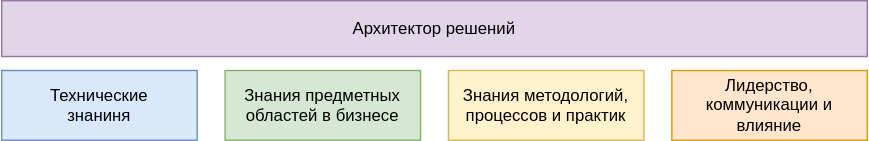
The draw.io diagram 1. Tech Skills/0. Архитектура/0. Solution Architecture/schemas/solution_architect.svg in aleksei-khitev/knowledge_base, before a commit. Source tidied: cells renumbered, new cells last; positions are measured from the earlier drawing's top-left corner, leaving out a move shared by most shapes. Source of this version:
```xml
<mxGraphModel>
  <root>
    <mxCell id="0" />
    <mxCell id="1" parent="0" />
    <mxCell id="2" value="Архитектор решений" style="rounded=0;whiteSpace=wrap;html=1;fillColor=#e1d5e7;strokeColor=#9673a6;" parent="1" vertex="1">
      <mxGeometry width="620" height="40" as="geometry" />
    </mxCell>
    <mxCell id="3" value="Технические&lt;br&gt;знаниня" style="rounded=0;whiteSpace=wrap;html=1;fillColor=#dae8fc;strokeColor=#6c8ebf;" parent="1" vertex="1">
      <mxGeometry y="50" width="140" height="50" as="geometry" />
    </mxCell>
    <mxCell id="4" value="Знания предметных областей в бизнесе" style="rounded=0;whiteSpace=wrap;html=1;fillColor=#d5e8d4;strokeColor=#82b366;" parent="1" vertex="1">
      <mxGeometry x="160" y="50" width="140" height="50" as="geometry" />
    </mxCell>
    <mxCell id="5" value="Знания методологий, процессов и практик" style="rounded=0;whiteSpace=wrap;html=1;fillColor=#fff2cc;strokeColor=#d6b656;" parent="1" vertex="1">
      <mxGeometry x="320" y="50" width="140" height="50" as="geometry" />
    </mxCell>
    <mxCell id="6" value="Лидерство, коммуникации и влияние" style="rounded=0;whiteSpace=wrap;html=1;fillColor=#ffe6cc;strokeColor=#d79b00;" parent="1" vertex="1">
      <mxGeometry x="480" y="50" width="140" height="50" as="geometry" />
    </mxCell>
  </root>
</mxGraphModel>
```
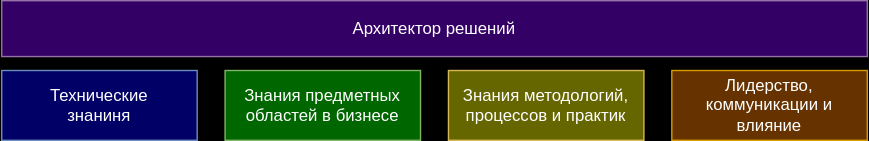
The same diagram one commit later.

The edit, as a diff of the source:
```diff
@@ -1,20 +1,20 @@
-<mxGraphModel>
+<mxGraphModel background="#000000">
   <root>
     <mxCell id="0" />
     <mxCell id="1" parent="0" />
-    <mxCell id="2" value="Архитектор решений" style="rounded=0;whiteSpace=wrap;html=1;fillColor=#e1d5e7;strokeColor=#9673a6;" parent="1" vertex="1">
+    <mxCell id="2" value="Архитектор решений" style="rounded=0;whiteSpace=wrap;html=1;fillColor=#330066;strokeColor=#9673a6;fontColor=#FFFFFF;" parent="1" vertex="1">
       <mxGeometry width="620" height="40" as="geometry" />
     </mxCell>
-    <mxCell id="3" value="Технические&lt;br&gt;знаниня" style="rounded=0;whiteSpace=wrap;html=1;fillColor=#dae8fc;strokeColor=#6c8ebf;" parent="1" vertex="1">
+    <mxCell id="3" value="Технические&lt;br&gt;знаниня" style="rounded=0;whiteSpace=wrap;html=1;fillColor=#000066;strokeColor=#6c8ebf;fontColor=#FFFFFF;" parent="1" vertex="1">
       <mxGeometry y="50" width="140" height="50" as="geometry" />
     </mxCell>
-    <mxCell id="4" value="Знания предметных областей в бизнесе" style="rounded=0;whiteSpace=wrap;html=1;fillColor=#d5e8d4;strokeColor=#82b366;" parent="1" vertex="1">
+    <mxCell id="4" value="Знания предметных областей в бизнесе" style="rounded=0;whiteSpace=wrap;html=1;fillColor=#006600;strokeColor=#82b366;fontColor=#FFFFFF;" parent="1" vertex="1">
       <mxGeometry x="160" y="50" width="140" height="50" as="geometry" />
     </mxCell>
-    <mxCell id="5" value="Знания методологий, процессов и практик" style="rounded=0;whiteSpace=wrap;html=1;fillColor=#fff2cc;strokeColor=#d6b656;" parent="1" vertex="1">
+    <mxCell id="5" value="Знания методологий, процессов и практик" style="rounded=0;whiteSpace=wrap;html=1;fillColor=#666600;strokeColor=#d6b656;fontColor=#FFFFFF;" parent="1" vertex="1">
       <mxGeometry x="320" y="50" width="140" height="50" as="geometry" />
     </mxCell>
-    <mxCell id="6" value="Лидерство, коммуникации и влияние" style="rounded=0;whiteSpace=wrap;html=1;fillColor=#ffe6cc;strokeColor=#d79b00;" parent="1" vertex="1">
+    <mxCell id="6" value="Лидерство, коммуникации и влияние" style="rounded=0;whiteSpace=wrap;html=1;fillColor=#663300;strokeColor=#d79b00;fontColor=#FFFFFF;" parent="1" vertex="1">
       <mxGeometry x="480" y="50" width="140" height="50" as="geometry" />
     </mxCell>
   </root>
```
